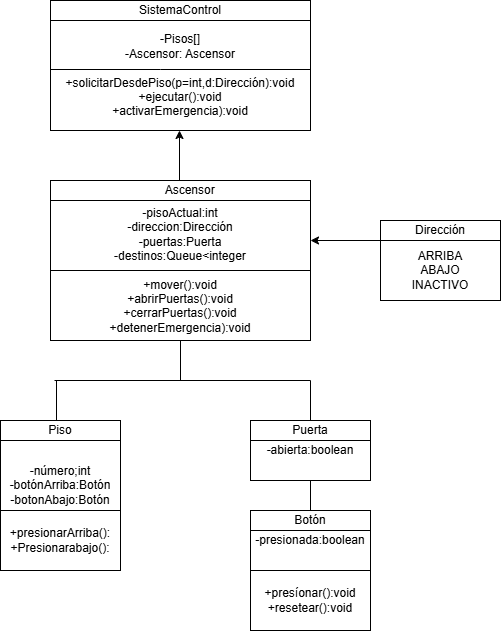
The draw.io diagram ELEVADOR/diagrama de clases.drawio.png in KevinCabrera07/POO, before a commit. Source tidied: cells renumbered, new cells last; positions are measured from the earlier drawing's top-left corner, leaving out a move shared by most shapes. Source of this version:
```xml
<mxGraphModel>
  <root>
    <mxCell id="0" />
    <mxCell id="1" parent="0" />
    <mxCell id="2" value="-Pisos[]&lt;div&gt;-Ascensor: Ascensor&lt;/div&gt;&lt;div&gt;&lt;br&gt;&lt;/div&gt;&lt;div&gt;+solicitarDesdePiso(p=int,d:Dirección):void&lt;/div&gt;&lt;div&gt;+ejecutar():void&lt;/div&gt;&lt;div&gt;+activarEmergencia):void&lt;/div&gt;" style="rounded=0;whiteSpace=wrap;html=1;" parent="1" vertex="1">
      <mxGeometry x="50" y="20" width="260" height="110" as="geometry" />
    </mxCell>
    <mxCell id="3" value="SistemaControl" style="rounded=0;whiteSpace=wrap;html=1;" parent="1" vertex="1">
      <mxGeometry x="50" width="260" height="20" as="geometry" />
    </mxCell>
    <mxCell id="4" style="endArrow=none;html=1;rounded=0;" parent="1" edge="1">
      <mxGeometry relative="1" as="geometry">
        <mxPoint x="50" y="69" as="sourcePoint" />
        <mxPoint x="310" y="69" as="targetPoint" />
        <Array as="points">
          <mxPoint x="160" y="69" />
        </Array>
      </mxGeometry>
    </mxCell>
    <mxCell id="5" style="endArrow=classic;html=1;rounded=0;" parent="1" edge="1">
      <mxGeometry relative="1" as="geometry">
        <mxPoint x="179" y="180" as="sourcePoint" />
        <mxPoint x="179" y="130" as="targetPoint" />
      </mxGeometry>
    </mxCell>
    <mxCell id="6" value="&amp;nbsp; &amp;nbsp; &amp;nbsp; Ascensor" style="rounded=0;whiteSpace=wrap;html=1;" parent="1" vertex="1">
      <mxGeometry x="50" y="180" width="260" height="20" as="geometry" />
    </mxCell>
    <mxCell id="7" value="-pisoActual:int&lt;div&gt;-direccion:Dirección&lt;/div&gt;&lt;div&gt;-puertas:Puerta&lt;/div&gt;&lt;div&gt;-destinos:Queue&amp;lt;integer&lt;/div&gt;&lt;div&gt;&lt;br&gt;&lt;/div&gt;&lt;div&gt;+mover():void&lt;/div&gt;&lt;div&gt;+abrirPuertas():void&lt;/div&gt;&lt;div&gt;+cerrarPuertas():void&lt;/div&gt;&lt;div&gt;+detenerEmergencia):void&lt;/div&gt;" style="rounded=0;whiteSpace=wrap;html=1;" parent="1" vertex="1">
      <mxGeometry x="50" y="200" width="260" height="140" as="geometry" />
    </mxCell>
    <mxCell id="8" style="endArrow=none;html=1;rounded=0;entryX=1;entryY=0.5;entryDx=0;entryDy=0;exitX=0;exitY=0.5;exitDx=0;exitDy=0;" parent="1" edge="1" source="7" target="7">
      <mxGeometry relative="1" as="geometry" />
    </mxCell>
    <mxCell id="9" style="endArrow=none;html=1;rounded=0;" parent="1" edge="1">
      <mxGeometry relative="1" as="geometry">
        <mxPoint x="180" y="380" as="sourcePoint" />
        <mxPoint x="180" y="340" as="targetPoint" />
      </mxGeometry>
    </mxCell>
    <mxCell id="10" style="endArrow=none;html=1;rounded=0;" parent="1" edge="1">
      <mxGeometry relative="1" as="geometry">
        <mxPoint x="54" y="380" as="sourcePoint" />
        <mxPoint x="310" y="380" as="targetPoint" />
      </mxGeometry>
    </mxCell>
    <mxCell id="11" style="endArrow=none;html=1;rounded=0;" parent="1" edge="1">
      <mxGeometry relative="1" as="geometry">
        <mxPoint x="56" y="420" as="sourcePoint" />
        <mxPoint x="56" y="380" as="targetPoint" />
      </mxGeometry>
    </mxCell>
    <mxCell id="12" value="-número;int&lt;div&gt;-botónArriba:Botón&lt;/div&gt;&lt;div&gt;-botonAbajo:Botón&lt;/div&gt;" style="rounded=0;whiteSpace=wrap;html=1;" parent="1" vertex="1">
      <mxGeometry y="420" width="120" height="130" as="geometry" />
    </mxCell>
    <mxCell id="13" value="Piso" style="rounded=0;whiteSpace=wrap;html=1;" parent="1" vertex="1">
      <mxGeometry y="420" width="120" height="20" as="geometry" />
    </mxCell>
    <mxCell id="14" style="endArrow=none;html=1;rounded=0;entryX=0.992;entryY=0.708;entryDx=0;entryDy=0;exitX=0.008;exitY=0.7;exitDx=0;exitDy=0;exitPerimeter=0;entryPerimeter=0;" parent="1" edge="1" source="12" target="12">
      <mxGeometry relative="1" as="geometry" />
    </mxCell>
    <mxCell id="15" value="+presionarArriba():&lt;div&gt;+Presionarabajo():&lt;/div&gt;" style="rounded=0;whiteSpace=wrap;html=1;" parent="1" vertex="1">
      <mxGeometry y="510" width="120" height="60" as="geometry" />
    </mxCell>
    <mxCell id="16" value="-abierta:boolean" style="rounded=0;whiteSpace=wrap;html=1;" parent="1" vertex="1">
      <mxGeometry x="250" y="420" width="120" height="60" as="geometry" />
    </mxCell>
    <mxCell id="17" value="Puerta" style="rounded=0;whiteSpace=wrap;html=1;" parent="1" vertex="1">
      <mxGeometry x="250" y="420" width="120" height="20" as="geometry" />
    </mxCell>
    <mxCell id="18" value="-presionada:boolean" style="rounded=0;whiteSpace=wrap;html=1;" parent="1" vertex="1">
      <mxGeometry x="250" y="510" width="120" height="60" as="geometry" />
    </mxCell>
    <mxCell id="19" value="Botón" style="rounded=0;whiteSpace=wrap;html=1;" parent="1" vertex="1">
      <mxGeometry x="250" y="510" width="120" height="20" as="geometry" />
    </mxCell>
    <mxCell id="20" style="endArrow=classic;html=1;rounded=0;" parent="1" edge="1">
      <mxGeometry relative="1" as="geometry">
        <mxPoint x="380" y="240" as="sourcePoint" />
        <mxPoint x="310" y="240" as="targetPoint" />
      </mxGeometry>
    </mxCell>
    <mxCell id="21" value="Dirección" style="rounded=0;whiteSpace=wrap;html=1;" parent="1" vertex="1">
      <mxGeometry x="380" y="220" width="120" height="20" as="geometry" />
    </mxCell>
    <mxCell id="22" value="ARRIBA&lt;br&gt;ABAJO&lt;br&gt;INACTIVO" style="rounded=0;whiteSpace=wrap;html=1;" parent="1" vertex="1">
      <mxGeometry x="380" y="240" width="120" height="60" as="geometry" />
    </mxCell>
    <mxCell id="23" value="+presíonar():void&lt;div&gt;+resetear():void&lt;/div&gt;" style="rounded=0;whiteSpace=wrap;html=1;" parent="1" vertex="1">
      <mxGeometry x="250" y="570" width="120" height="60" as="geometry" />
    </mxCell>
    <mxCell id="24" style="endArrow=none;html=1;rounded=0;exitX=0.5;exitY=0;exitDx=0;exitDy=0;" parent="1" edge="1" source="19">
      <mxGeometry relative="1" as="geometry">
        <mxPoint x="310" y="480" as="targetPoint" />
      </mxGeometry>
    </mxCell>
    <mxCell id="25" style="endArrow=none;html=1;rounded=0;exitX=0.5;exitY=0;exitDx=0;exitDy=0;" parent="1" edge="1" source="17">
      <mxGeometry relative="1" as="geometry">
        <mxPoint x="310" y="380" as="targetPoint" />
      </mxGeometry>
    </mxCell>
  </root>
</mxGraphModel>
```
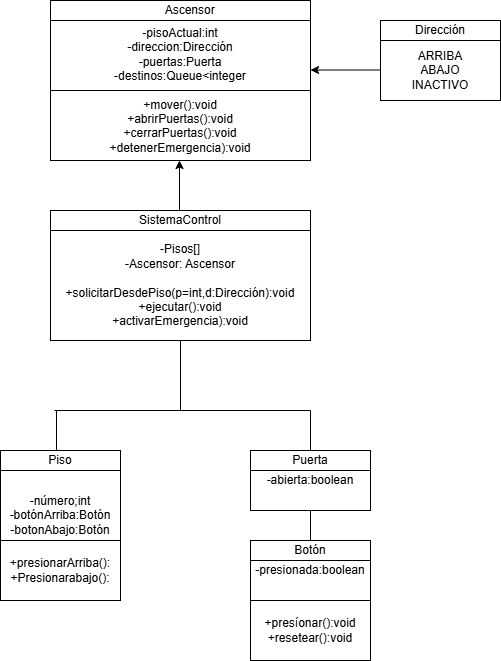
Later version of the same file.

Commit message:
diagrama de clases

Diff of the diagram source:
```diff
@@ -3,10 +3,10 @@
     <mxCell id="0" />
     <mxCell id="1" parent="0" />
     <mxCell id="2" value="-Pisos[]&lt;div&gt;-Ascensor: Ascensor&lt;/div&gt;&lt;div&gt;&lt;br&gt;&lt;/div&gt;&lt;div&gt;+solicitarDesdePiso(p=int,d:Dirección):void&lt;/div&gt;&lt;div&gt;+ejecutar():void&lt;/div&gt;&lt;div&gt;+activarEmergencia):void&lt;/div&gt;" style="rounded=0;whiteSpace=wrap;html=1;" parent="1" vertex="1">
-      <mxGeometry x="50" y="20" width="260" height="110" as="geometry" />
+      <mxGeometry x="50" y="200" width="260" height="110" as="geometry" />
     </mxCell>
     <mxCell id="3" value="SistemaControl" style="rounded=0;whiteSpace=wrap;html=1;" parent="1" vertex="1">
-      <mxGeometry x="50" width="260" height="20" as="geometry" />
+      <mxGeometry x="50" y="180" width="260" height="20" as="geometry" />
     </mxCell>
     <mxCell id="4" style="endArrow=none;html=1;rounded=0;" parent="1" edge="1">
       <mxGeometry relative="1" as="geometry">
@@ -24,18 +24,17 @@
       </mxGeometry>
     </mxCell>
     <mxCell id="6" value="&amp;nbsp; &amp;nbsp; &amp;nbsp; Ascensor" style="rounded=0;whiteSpace=wrap;html=1;" parent="1" vertex="1">
-      <mxGeometry x="50" y="180" width="260" height="20" as="geometry" />
+      <mxGeometry x="50" y="-30" width="260" height="20" as="geometry" />
     </mxCell>
     <mxCell id="7" value="-pisoActual:int&lt;div&gt;-direccion:Dirección&lt;/div&gt;&lt;div&gt;-puertas:Puerta&lt;/div&gt;&lt;div&gt;-destinos:Queue&amp;lt;integer&lt;/div&gt;&lt;div&gt;&lt;br&gt;&lt;/div&gt;&lt;div&gt;+mover():void&lt;/div&gt;&lt;div&gt;+abrirPuertas():void&lt;/div&gt;&lt;div&gt;+cerrarPuertas():void&lt;/div&gt;&lt;div&gt;+detenerEmergencia):void&lt;/div&gt;" style="rounded=0;whiteSpace=wrap;html=1;" parent="1" vertex="1">
-      <mxGeometry x="50" y="200" width="260" height="140" as="geometry" />
+      <mxGeometry x="50" y="-10" width="260" height="140" as="geometry" />
     </mxCell>
     <mxCell id="8" style="endArrow=none;html=1;rounded=0;entryX=1;entryY=0.5;entryDx=0;entryDy=0;exitX=0;exitY=0.5;exitDx=0;exitDy=0;" parent="1" edge="1" source="7" target="7">
       <mxGeometry relative="1" as="geometry" />
     </mxCell>
-    <mxCell id="9" style="endArrow=none;html=1;rounded=0;" parent="1" edge="1">
+    <mxCell id="9" style="endArrow=none;html=1;rounded=0;" parent="1" edge="1" target="2">
       <mxGeometry relative="1" as="geometry">
         <mxPoint x="180" y="380" as="sourcePoint" />
-        <mxPoint x="180" y="340" as="targetPoint" />
       </mxGeometry>
     </mxCell>
     <mxCell id="10" style="endArrow=none;html=1;rounded=0;" parent="1" edge="1">
@@ -76,15 +75,15 @@
     </mxCell>
     <mxCell id="20" style="endArrow=classic;html=1;rounded=0;" parent="1" edge="1">
       <mxGeometry relative="1" as="geometry">
-        <mxPoint x="380" y="240" as="sourcePoint" />
-        <mxPoint x="310" y="240" as="targetPoint" />
+        <mxPoint x="380" y="39.5" as="sourcePoint" />
+        <mxPoint x="310" y="39.5" as="targetPoint" />
       </mxGeometry>
     </mxCell>
     <mxCell id="21" value="Dirección" style="rounded=0;whiteSpace=wrap;html=1;" parent="1" vertex="1">
-      <mxGeometry x="380" y="220" width="120" height="20" as="geometry" />
+      <mxGeometry x="380" y="-10" width="120" height="20" as="geometry" />
     </mxCell>
     <mxCell id="22" value="ARRIBA&lt;br&gt;ABAJO&lt;br&gt;INACTIVO" style="rounded=0;whiteSpace=wrap;html=1;" parent="1" vertex="1">
-      <mxGeometry x="380" y="240" width="120" height="60" as="geometry" />
+      <mxGeometry x="380" y="10" width="120" height="60" as="geometry" />
     </mxCell>
     <mxCell id="23" value="+presíonar():void&lt;div&gt;+resetear():void&lt;/div&gt;" style="rounded=0;whiteSpace=wrap;html=1;" parent="1" vertex="1">
       <mxGeometry x="250" y="570" width="120" height="60" as="geometry" />
```
